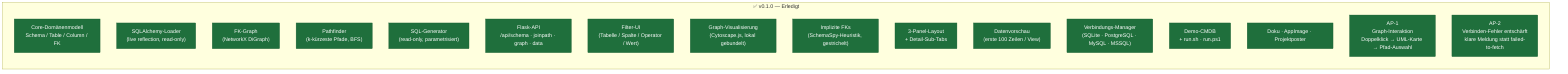
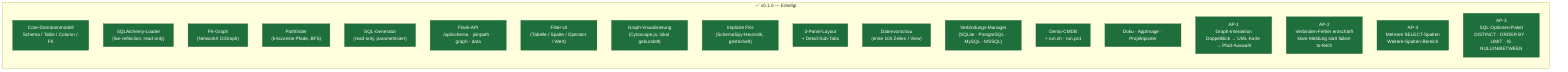
flowchart LR
    classDef done fill:#1f6f3c,color:#fff,stroke:#1a5c32
    classDef wip  fill:#7a5c00,color:#fff,stroke:#5e4600
    classDef plan fill:#2c3550,color:#fff,stroke:#1e2538

    subgraph DONE["✅  v0.1.0 — Erledigt"]
        direction TB
        D1["Core-Domänenmodell\nSchema / Table / Column / FK"]
        D2["SQLAlchemy-Loader\n(live reflection, read-only)"]
        D3["FK-Graph\n(NetworkX DiGraph)"]
        D4["Pathfinder\n(k-kürzeste Pfade, BFS)"]
        D5["SQL-Generator\n(read-only, parametrisiert)"]
        D6["Flask-API\n/api/schema · joinpath · graph · data"]
        D7["Filter-UI\n(Tabelle / Spalte / Operator / Wert)"]
        D8["Graph-Visualisierung\n(Cytoscape.js, lokal gebundelt)"]
        D9["Implizite FKs\n(SchemaSpy-Heuristik, gestrichelt)"]
        D10["3-Panel-Layout\n+ Detail-Sub-Tabs"]
        D11["Datenvorschau\n(erste 100 Zeilen / View)"]
        D12["Verbindungs-Manager\n(SQLite · PostgreSQL · MySQL · MSSQL)"]
        D13["Demo-CMDB\n+ run.sh · run.ps1"]
        D14["Doku · AppImage · Projektposter"]
        D15["AP-1\nGraph-Interaktion\nDoppelklick → UML-Karte → Pfad-Auswahl"]
        D16["AP-2\nVerbinden-Fehler entschärft\nklare Meldung statt failed-to-fetch"]
+         D17["AP-4\nMehrere SELECT-Spalten\nWeitere-Spalten-Bereich"]
+         D18["AP-3\nSQL-Optionen-Paket\nDISTINCT · ORDER BY · LIMIT · IS NULL/IN/BETWEEN"]
    end

-     class D1,D2,D3,D4,D5,D6,D7,D8,D9,D10,D11,D12,D13,D14,D15,D16 done
+     class D1,D2,D3,D4,D5,D6,D7,D8,D9,D10,D11,D12,D13,D14,D15,D16,D17,D18 done
